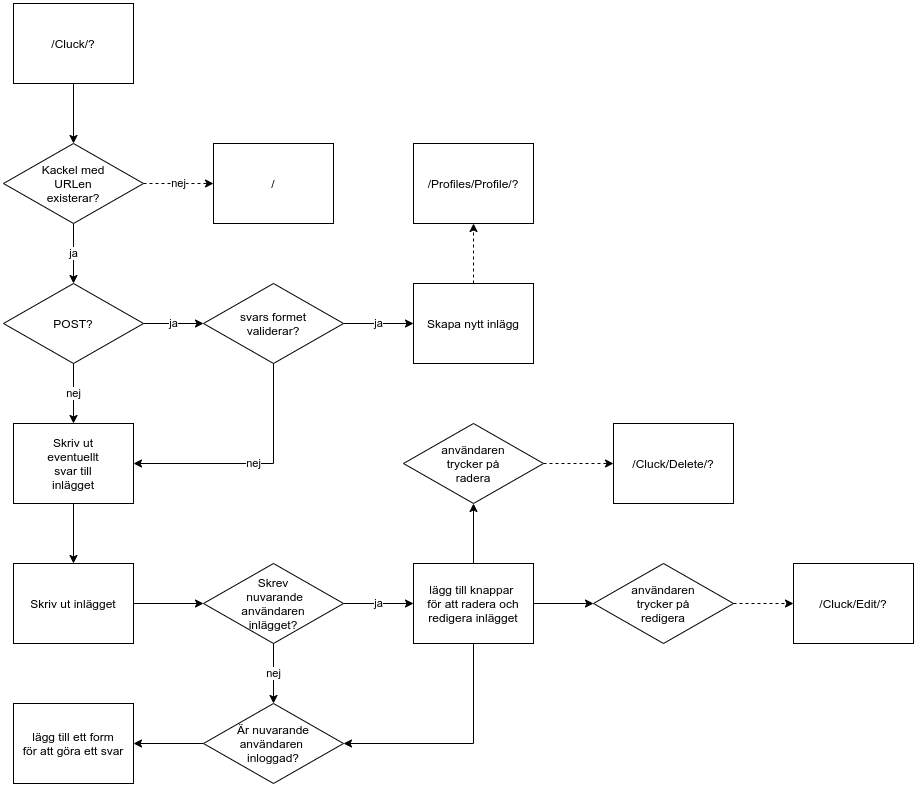
EliasEriksson/miun keeps this draw.io diagram as webbutveckling/Webbutveckling2/Moment/Moment4/Diagrams/Flowcharts/flowCluck.png. Above is the earlier version. Source tidied: cells renumbered, new cells last; positions are measured from the earlier drawing's top-left corner, leaving out a move shared by most shapes.
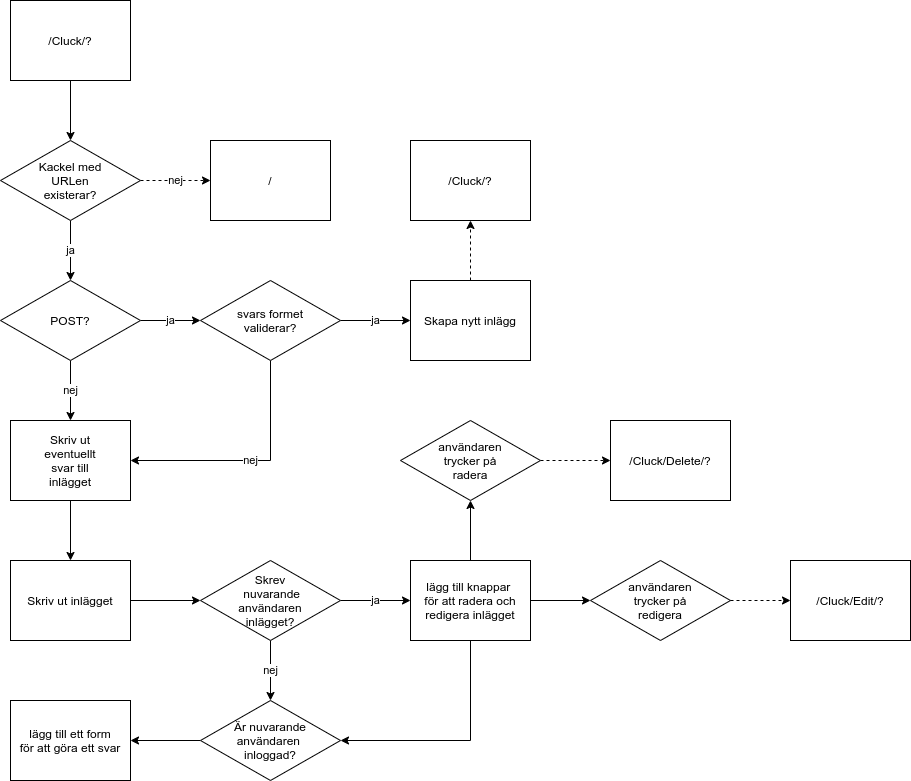
The same file after the commit.

Change to the diagram source:
```diff
@@ -42,15 +42,12 @@
     <mxCell id="13" value="svars formet&lt;br&gt;validerar?" style="rhombus;whiteSpace=wrap;html=1;rounded=0;" parent="1" vertex="1">
       <mxGeometry x="200" y="280" width="140" height="80" as="geometry" />
     </mxCell>
-    <mxCell id="14" style="edgeStyle=orthogonalEdgeStyle;rounded=0;jettySize=auto;html=1;dashed=1;" parent="1" edge="1" source="15" target="16">
-      <mxGeometry relative="1" as="geometry" />
-    </mxCell>
+    <mxCell id="37" style="edgeStyle=orthogonalEdgeStyle;rounded=0;jettySize=auto;html=1;dashed=1;" parent="1" edge="1" source="15" target="38">
+      <mxGeometry relative="1" as="geometry" />
+    </mxCell>
     <mxCell id="15" value="Skapa nytt inlägg" style="whiteSpace=wrap;html=1;rounded=0;" parent="1" vertex="1">
       <mxGeometry x="410" y="280" width="120" height="80" as="geometry" />
     </mxCell>
-    <mxCell id="16" value="/Profiles/Profile/?" style="whiteSpace=wrap;html=1;rounded=0;" parent="1" vertex="1">
-      <mxGeometry x="410" y="140" width="120" height="80" as="geometry" />
-    </mxCell>
     <mxCell id="17" style="edgeStyle=orthogonalEdgeStyle;rounded=0;jettySize=auto;html=1;" parent="1" edge="1" source="18" target="20">
       <mxGeometry relative="1" as="geometry" />
     </mxCell>
@@ -115,5 +112,8 @@
     <mxCell id="36" value="/Cluck/Edit/?" style="whiteSpace=wrap;html=1;rounded=0;" parent="1" vertex="1">
       <mxGeometry x="790" y="560" width="120" height="80" as="geometry" />
     </mxCell>
+    <mxCell id="38" value="/Cluck/?" style="whiteSpace=wrap;html=1;rounded=0;" parent="1" vertex="1">
+      <mxGeometry x="410" y="140" width="120" height="80" as="geometry" />
+    </mxCell>
   </root>
 </mxGraphModel>
```
